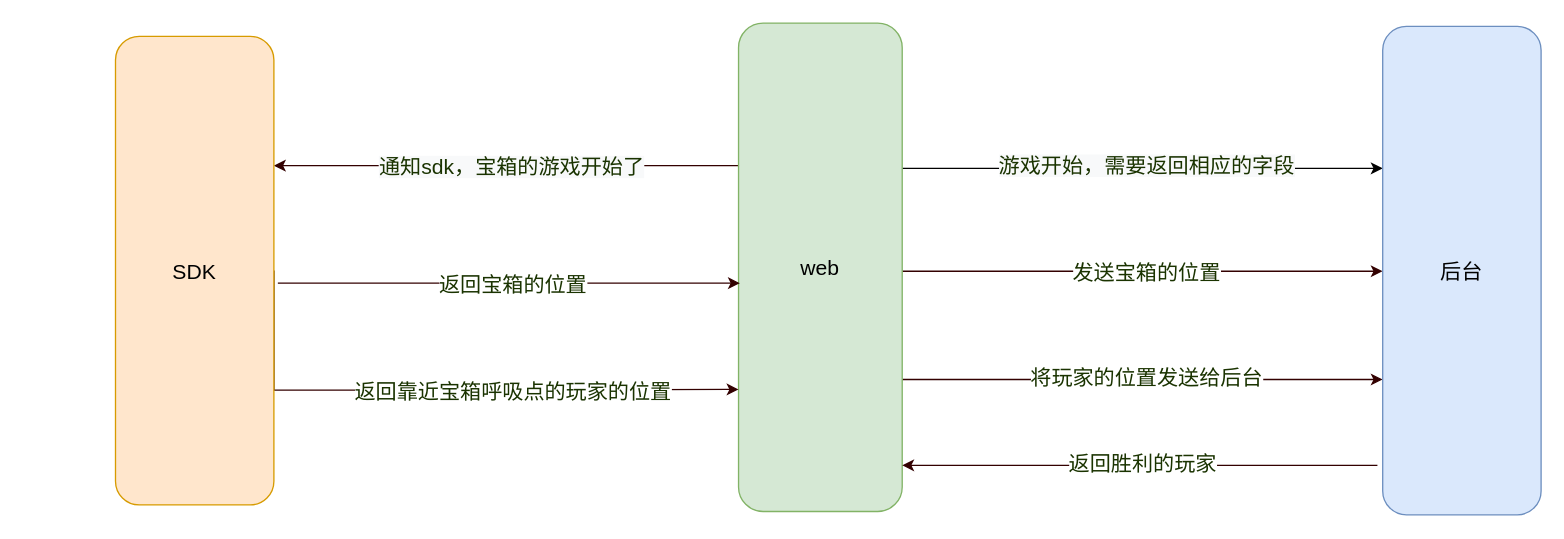
This is xVerseSixth.drawio from SkylarShuang/learnSM, a draw.io file, before an edit. Source tidied: cells renumbered, new cells numbered last; positions are measured from the earlier drawing's top-left corner, leaving out a move shared by most shapes. Both pictures are drawn from the tidied source at 132%, with x=0, y=0 at pixel (115, 22).
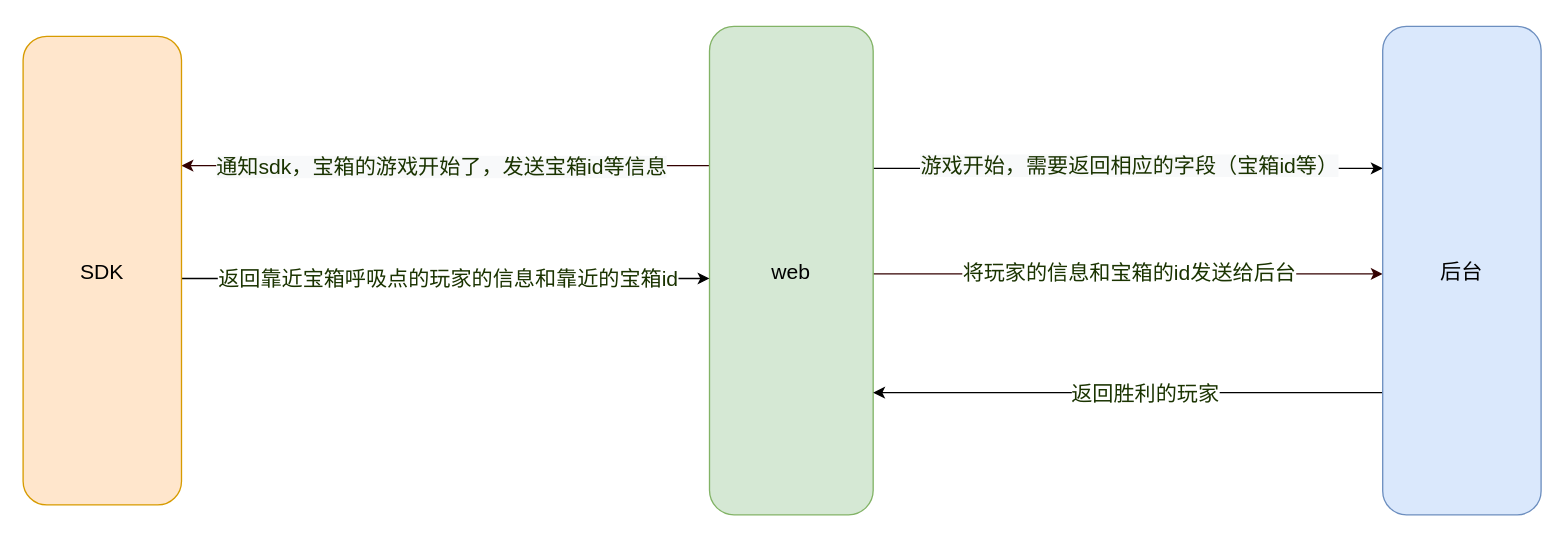
After the change.

The change refers to these unchanged cells:
```xml
<mxCell id="2" style="edgeStyle=orthogonalEdgeStyle;rounded=0;jettySize=auto;html=1;fontSize=16;" parent="1" edge="1" source="10" target="13">
  <mxGeometry relative="1" as="geometry">
    <Array as="points">
      <mxPoint x="730" y="110" />
      <mxPoint x="730" y="110" />
    </Array>
  </mxGeometry>
</mxCell>
<mxCell id="4" style="edgeStyle=orthogonalEdgeStyle;rounded=0;jettySize=auto;html=1;strokeColor=#330000;fillColor=#75E8FF;exitX=0;exitY=0.5;exitDx=0;exitDy=0;fontSize=16;" parent="1" edge="1" target="18">
  <mxGeometry relative="1" as="geometry">
    <mxPoint x="474" y="108" as="sourcePoint" />
    <Array as="points">
      <mxPoint x="200" y="108" />
      <mxPoint x="200" y="108" />
    </Array>
  </mxGeometry>
</mxCell>
<mxCell id="13" value="后台" style="rounded=1;whiteSpace=wrap;html=1;rotation=0;fillColor=#dae8fc;strokeColor=#6c8ebf;fontSize=16;" parent="1" vertex="1">
  <mxGeometry x="960" y="2.5" width="120" height="370" as="geometry" />
</mxCell>
```

Change to the diagram source:
```diff
@@
-    <mxCell id="3" value="&lt;span style=&quot;font-size: 16px; background-color: rgb(248, 249, 250);&quot;&gt;游戏开始，需要返回相应的字段&lt;/span&gt;" style="edgeLabel;html=1;align=center;verticalAlign=middle;fontSize=16;fontColor=#1A3300;" parent="2" vertex="1">
+    <mxCell id="3" value="&lt;span style=&quot;font-size: 16px ; background-color: rgb(248 , 249 , 250)&quot;&gt;游戏开始，需要返回相应的字段（宝箱id等）&lt;/span&gt;" style="edgeLabel;html=1;align=center;verticalAlign=middle;fontSize=16;fontColor=#1A3300;" parent="2" vertex="1">
       <mxGeometry x="-0.19" y="3" relative="1" as="geometry">
         <mxPoint x="37" as="offset" />
       </mxGeometry>
     </mxCell>
@@
-    <mxCell id="5" value="&lt;span style=&quot;background-color: rgb(248, 249, 250); font-size: 16px;&quot;&gt;通知sdk，宝箱的游戏开始了&lt;/span&gt;" style="edgeLabel;html=1;align=center;verticalAlign=middle;fontColor=#1A3300;fontSize=16;" parent="4" vertex="1">
+    <mxCell id="5" value="&lt;span style=&quot;background-color: rgb(248 , 249 , 250) ; font-size: 16px&quot;&gt;通知sdk，宝箱的游戏开始了，发送宝箱id等信息&lt;/span&gt;" style="edgeLabel;html=1;align=center;verticalAlign=middle;fontColor=#1A3300;fontSize=16;" parent="4" vertex="1">
       <mxGeometry x="0.54" y="-2" relative="1" as="geometry">
         <mxPoint x="98" y="2" as="offset" />
       </mxGeometry>
     </mxCell>
     <mxCell id="6" style="edgeStyle=orthogonalEdgeStyle;rounded=0;jettySize=auto;html=1;fontSize=16;fontColor=#FFD966;strokeColor=#330000;fillColor=#75E8FF;" parent="1" edge="1" source="10" target="13">
       <mxGeometry relative="1" as="geometry">
         <Array as="points">
-          <mxPoint x="860" y="270" />
-          <mxPoint x="860" y="270" />
+          <mxPoint x="580" y="190" />
+          <mxPoint x="580" y="190" />
         </Array>
       </mxGeometry>
     </mxCell>
-    <mxCell id="7" value="将玩家的位置发送给后台" style="edgeLabel;html=1;align=center;verticalAlign=middle;fontSize=16;fontColor=#1A3300;" parent="6" vertex="1">
+    <mxCell id="7" value="将玩家的信息和宝箱的id发送给后台" style="edgeLabel;html=1;align=center;verticalAlign=middle;fontSize=16;fontColor=#1A3300;" parent="6" vertex="1">
       <mxGeometry x="-0.22" y="4" relative="1" as="geometry">
         <mxPoint x="42" y="2" as="offset" />
       </mxGeometry>
     </mxCell>
-    <mxCell id="8" style="edgeStyle=orthogonalEdgeStyle;rounded=0;jettySize=auto;html=1;fontSize=16;fontColor=#330000;strokeColor=#330000;fillColor=#75E8FF;" parent="1" edge="1" source="10" target="13">
-      <mxGeometry relative="1" as="geometry">
-        <Array as="points">
-          <mxPoint x="690" y="188" />
-          <mxPoint x="690" y="188" />
-        </Array>
-      </mxGeometry>
-    </mxCell>
-    <mxCell id="9" value="发送宝箱的位置" style="edgeLabel;html=1;align=center;verticalAlign=middle;fontSize=16;fontColor=#1A3300;" parent="8" vertex="1">
-      <mxGeometry x="-0.06" y="-1" relative="1" as="geometry">
-        <mxPoint x="13" y="-1" as="offset" />
-      </mxGeometry>
-    </mxCell>
     <mxCell id="10" value="web" style="rounded=1;whiteSpace=wrap;html=1;fillColor=#d5e8d4;strokeColor=#82b366;fontSize=16;" parent="1" vertex="1">
-      <mxGeometry x="472" width="124" height="370" as="geometry" />
+      <mxGeometry x="450" y="2.5" width="124" height="370" as="geometry" />
     </mxCell>
-    <mxCell id="11" style="edgeStyle=orthogonalEdgeStyle;rounded=0;orthogonalLoop=1;jettySize=auto;html=1;fontSize=16;fontColor=#330000;strokeColor=#330000;fillColor=#75E8FF;" parent="1" edge="1">
-      <mxGeometry relative="1" as="geometry">
-        <mxPoint x="956" y="335" as="sourcePoint" />
-        <mxPoint x="596" y="335" as="targetPoint" />
-        <Array as="points">
-          <mxPoint x="856" y="335" />
-          <mxPoint x="856" y="335" />
-        </Array>
-      </mxGeometry>
-    </mxCell>
+    <mxCell id="19" style="edgeStyle=orthogonalEdgeStyle;rounded=0;jettySize=auto;html=1;exitX=0;exitY=0.75;exitDx=0;exitDy=0;entryX=1;entryY=0.75;entryDx=0;entryDy=0;" parent="1" edge="1" source="13" target="10">
+      <mxGeometry relative="1" as="geometry" />
+    </mxCell>
-    <mxCell id="12" value="返回胜利的玩家" style="edgeLabel;html=1;align=center;verticalAlign=middle;fontSize=16;fontColor=#1A3300;" parent="11" vertex="1">
-      <mxGeometry x="0.15" y="-2" relative="1" as="geometry">
-        <mxPoint x="28" as="offset" />
+    <mxCell id="12" value="&lt;span style=&quot;color: rgb(26 , 51 , 0) ; font-size: 16px&quot;&gt;返回胜利的玩家&lt;/span&gt;" style="edgeLabel;html=1;align=center;verticalAlign=middle;" parent="19" vertex="1">
+      <mxGeometry x="0.33" y="2" relative="1" as="geometry">
+        <mxPoint x="76" y="-2" as="offset" />
       </mxGeometry>
     </mxCell>
@@
-    <mxCell id="14" style="edgeStyle=orthogonalEdgeStyle;rounded=0;jettySize=auto;html=1;exitX=1;exitY=0.5;exitDx=0;exitDy=0;entryX=0;entryY=0.75;entryDx=0;entryDy=0;fontSize=16;fontColor=#FFD966;strokeColor=#330000;fillColor=#75E8FF;" parent="1" edge="1" source="18" target="10">
-      <mxGeometry relative="1" as="geometry">
-        <Array as="points">
-          <mxPoint x="120" y="278" />
-          <mxPoint x="296" y="278" />
-        </Array>
-      </mxGeometry>
-    </mxCell>
-    <mxCell id="15" value="&lt;span style=&quot;font-size: 16px;&quot;&gt;返回靠近宝箱呼吸点的玩家的位置&lt;/span&gt;" style="edgeLabel;html=1;align=center;verticalAlign=middle;fontSize=16;fontColor=#1A3300;" parent="14" vertex="1">
-      <mxGeometry x="0.18" y="-3" relative="1" as="geometry">
-        <mxPoint x="10" y="-3" as="offset" />
-      </mxGeometry>
-    </mxCell>
-    <mxCell id="16" style="edgeStyle=orthogonalEdgeStyle;rounded=0;orthogonalLoop=1;jettySize=auto;html=1;fontSize=16;fontColor=#330000;strokeColor=#330000;fillColor=#75E8FF;" parent="1" edge="1">
-      <mxGeometry relative="1" as="geometry">
-        <mxPoint x="123" y="197" as="sourcePoint" />
-        <mxPoint x="473" y="197" as="targetPoint" />
-        <Array as="points">
-          <mxPoint x="203" y="197" />
-          <mxPoint x="203" y="197" />
-        </Array>
-      </mxGeometry>
-    </mxCell>
-    <mxCell id="17" value="&lt;span style=&quot;font-size: 16px;&quot;&gt;返回宝箱的位置&lt;/span&gt;" style="edgeLabel;html=1;align=center;verticalAlign=middle;fontSize=16;fontColor=#1A3300;" parent="16" vertex="1">
-      <mxGeometry x="-0.18" relative="1" as="geometry">
-        <mxPoint x="33" as="offset" />
-      </mxGeometry>
-    </mxCell>
+    <mxCell id="20" style="edgeStyle=orthogonalEdgeStyle;rounded=0;orthogonalLoop=1;jettySize=auto;html=1;" parent="1" edge="1">
+      <mxGeometry relative="1" as="geometry">
+        <mxPoint x="50" y="193.5" as="sourcePoint" />
+        <mxPoint x="450" y="193.5" as="targetPoint" />
+      </mxGeometry>
+    </mxCell>
+    <mxCell id="21" value="&lt;span style=&quot;color: rgb(26 , 51 , 0) ; font-size: 16px&quot;&gt;返回靠近宝箱呼吸点的玩家的信息和靠近的宝箱id&lt;/span&gt;" style="edgeLabel;html=1;align=center;verticalAlign=middle;" parent="20" vertex="1">
+      <mxGeometry x="-0.18" y="-1" relative="1" as="geometry">
+        <mxPoint x="37" y="-1" as="offset" />
+      </mxGeometry>
+    </mxCell>
     <mxCell id="18" value="SDK" style="rounded=1;whiteSpace=wrap;html=1;rotation=0;fillColor=#ffe6cc;strokeColor=#d79b00;fontSize=16;" parent="1" vertex="1">
-      <mxGeometry y="10" width="120" height="355" as="geometry" />
+      <mxGeometry x="-70" y="10" width="120" height="355" as="geometry" />
     </mxCell>
```
